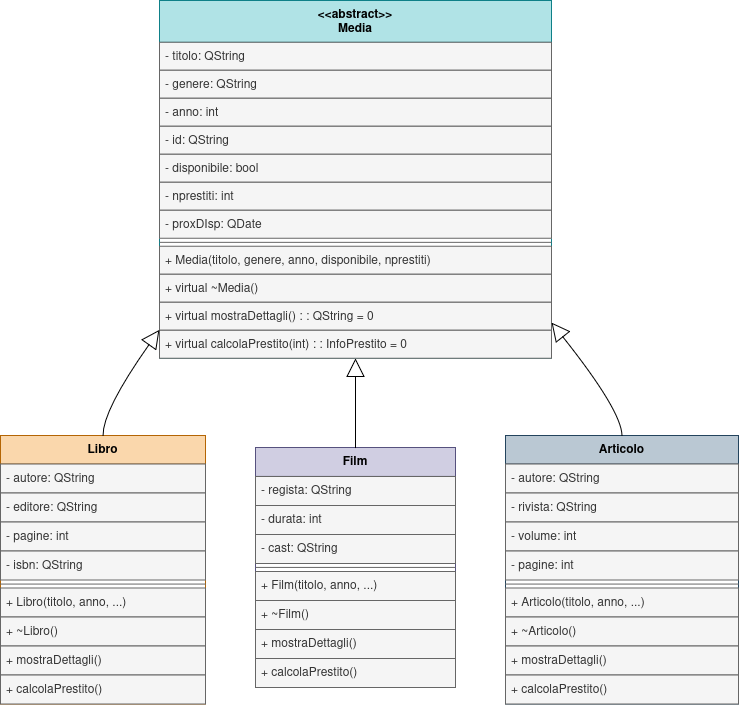
Earlier version of the draw.io export doc/uml/uml_library.png (susPope/LibraryPAO). Source tidied: cells renumbered, new cells last; positions are measured from the earlier drawing's top-left corner, leaving out a move shared by most shapes.
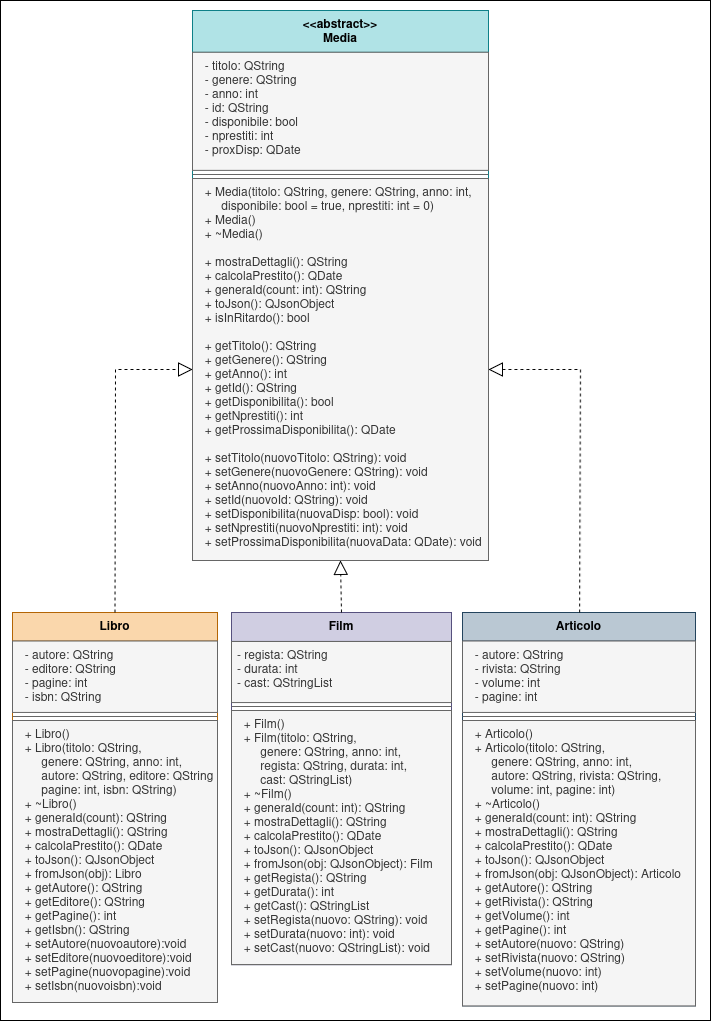
The same diagram one commit later.

The edit, as a diff of the source:
```diff
@@ -2,148 +2,73 @@
   <root>
     <mxCell id="0" />
     <mxCell id="1" parent="0" />
-    <mxCell id="2" value="&lt;&lt;abstract&gt;&gt;&#10;Media" style="swimlane;fontStyle=1;align=center;verticalAlign=top;horizontal=1;startSize=41.84615384615385;fillColor=#b0e3e6;strokeColor=#0e8088;" parent="1" vertex="1">
-      <mxGeometry x="159" width="392" height="357.8" as="geometry" />
-    </mxCell>
-    <mxCell id="3" value="- titolo: QString" style="text;strokeColor=#666666;fillColor=#f5f5f5;align=left;verticalAlign=top;spacingLeft=4;spacingRight=4;overflow=hidden;fontFamily=Helvetica;fontSize=12;fontColor=#333333;" parent="2" vertex="1">
-      <mxGeometry y="41.8" width="392" height="28" as="geometry" />
-    </mxCell>
-    <mxCell id="4" value="- genere: QString" style="text;align=left;verticalAlign=top;spacingLeft=4;spacingRight=4;overflow=hidden;fillColor=#f5f5f5;fontColor=#333333;strokeColor=#666666;" parent="2" vertex="1">
-      <mxGeometry y="69.8" width="392" height="28" as="geometry" />
-    </mxCell>
-    <mxCell id="5" value="- anno: int" style="text;strokeColor=#666666;fillColor=#f5f5f5;align=left;verticalAlign=top;spacingLeft=4;spacingRight=4;overflow=hidden;fontColor=#333333;" parent="2" vertex="1">
-      <mxGeometry y="97.8" width="392" height="28" as="geometry" />
-    </mxCell>
-    <mxCell id="6" value="- id: QString" style="text;align=left;verticalAlign=top;spacingLeft=4;spacingRight=4;overflow=hidden;fillColor=#f5f5f5;fontColor=#333333;strokeColor=#666666;" parent="2" vertex="1">
-      <mxGeometry y="125.8" width="392" height="28" as="geometry" />
-    </mxCell>
-    <mxCell id="7" value="- disponibile: bool" style="text;align=left;verticalAlign=top;spacingLeft=4;spacingRight=4;overflow=hidden;fillColor=#f5f5f5;fontColor=#333333;strokeColor=#666666;" parent="2" vertex="1">
-      <mxGeometry y="153.8" width="392" height="28" as="geometry" />
-    </mxCell>
-    <mxCell id="8" value="- nprestiti: int" style="text;strokeColor=#666666;fillColor=#f5f5f5;align=left;verticalAlign=top;spacingLeft=4;spacingRight=4;overflow=hidden;fontColor=#333333;" parent="2" vertex="1">
-      <mxGeometry y="181.8" width="392" height="28" as="geometry" />
-    </mxCell>
-    <mxCell id="9" value="- proxDIsp: QDate" style="text;align=left;verticalAlign=top;spacingLeft=4;spacingRight=4;overflow=hidden;fillColor=#f5f5f5;fontColor=#333333;strokeColor=#666666;" parent="2" vertex="1">
-      <mxGeometry y="209.8" width="392" height="28" as="geometry" />
-    </mxCell>
-    <mxCell id="10" style="line;strokeWidth=1;fillColor=#f5f5f5;align=left;verticalAlign=middle;spacingTop=-1;spacingLeft=3;spacingRight=3;labelPosition=right;strokeColor=#666666;fontColor=#333333;" parent="2" vertex="1">
-      <mxGeometry y="237.8" width="392" height="8" as="geometry" />
-    </mxCell>
-    <mxCell id="11" value="+ Media(titolo, genere, anno, disponibile, nprestiti)" style="text;strokeColor=#666666;fillColor=#f5f5f5;align=left;verticalAlign=top;spacingLeft=4;spacingRight=4;overflow=hidden;fontColor=#333333;" parent="2" vertex="1">
-      <mxGeometry y="245.8" width="392" height="28" as="geometry" />
-    </mxCell>
-    <mxCell id="12" value="+ virtual ~Media()" style="text;strokeColor=#666666;fillColor=#f5f5f5;align=left;verticalAlign=top;spacingLeft=4;spacingRight=4;overflow=hidden;fontColor=#333333;" parent="2" vertex="1">
-      <mxGeometry y="273.8" width="392" height="28" as="geometry" />
-    </mxCell>
-    <mxCell id="13" value="+ virtual mostraDettagli() : : QString = 0" style="text;strokeColor=#666666;fillColor=#f5f5f5;align=left;verticalAlign=top;spacingLeft=4;spacingRight=4;overflow=hidden;fontColor=#333333;" parent="2" vertex="1">
-      <mxGeometry y="301.8" width="392" height="28" as="geometry" />
-    </mxCell>
-    <mxCell id="14" value="+ virtual calcolaPrestito(int) : : InfoPrestito = 0" style="text;strokeColor=#666666;fillColor=#f5f5f5;align=left;verticalAlign=top;spacingLeft=4;spacingRight=4;overflow=hidden;fontColor=#333333;" parent="2" vertex="1">
-      <mxGeometry y="329.8" width="392" height="28" as="geometry" />
-    </mxCell>
+    <mxCell id="47" style="rounded=0;whiteSpace=wrap;html=1;" parent="1" vertex="1">
+      <mxGeometry x="15" y="-1347" width="710" height="1020" as="geometry" />
+    </mxCell>
     <mxCell id="15" value="Libro" style="swimlane;fontStyle=1;align=center;verticalAlign=top;horizontal=1;startSize=28.571428571428573;fillColor=#fad7ac;strokeColor=#b46504;" parent="1" vertex="1">
-      <mxGeometry y="435" width="205" height="268.6" as="geometry" />
+      <mxGeometry x="27" y="-735" width="205" height="390" as="geometry" />
     </mxCell>
-    <mxCell id="16" value="- autore: QString" style="text;strokeColor=#666666;fillColor=#f5f5f5;align=left;verticalAlign=top;spacingLeft=4;spacingRight=4;overflow=hidden;fontColor=#333333;" parent="15" vertex="1">
-      <mxGeometry y="28.6" width="205" height="29" as="geometry" />
+    <mxCell id="16" value="  - autore: QString  &#10;  - editore: QString &#10;  - pagine: int &#10;  - isbn: QString " style="text;strokeColor=#666666;fillColor=#f5f5f5;align=left;verticalAlign=top;spacingLeft=4;spacingRight=4;overflow=hidden;fontColor=#333333;" parent="15" vertex="1">
+      <mxGeometry y="28.6" width="205" height="71.4" as="geometry" />
     </mxCell>
-    <mxCell id="17" value="- editore: QString" style="text;strokeColor=#666666;fillColor=#f5f5f5;align=left;verticalAlign=top;spacingLeft=4;spacingRight=4;overflow=hidden;fontColor=#333333;" parent="15" vertex="1">
-      <mxGeometry y="57.6" width="205" height="29" as="geometry" />
-    </mxCell>
-    <mxCell id="18" value="- pagine: int" style="text;strokeColor=#666666;fillColor=#f5f5f5;align=left;verticalAlign=top;spacingLeft=4;spacingRight=4;overflow=hidden;fontColor=#333333;" parent="15" vertex="1">
-      <mxGeometry y="86.6" width="205" height="29" as="geometry" />
-    </mxCell>
-    <mxCell id="19" value="- isbn: QString" style="text;strokeColor=#666666;fillColor=#f5f5f5;align=left;verticalAlign=top;spacingLeft=4;spacingRight=4;overflow=hidden;fontColor=#333333;" parent="15" vertex="1">
-      <mxGeometry y="115.6" width="205" height="29" as="geometry" />
-    </mxCell>
     <mxCell id="20" style="line;strokeWidth=1;fillColor=#f5f5f5;align=left;verticalAlign=middle;spacingTop=-1;spacingLeft=3;spacingRight=3;labelPosition=right;strokeColor=#666666;fontColor=#333333;" parent="15" vertex="1">
-      <mxGeometry y="144.6" width="205" height="8" as="geometry" />
+      <mxGeometry y="100" width="205" height="8" as="geometry" />
     </mxCell>
-    <mxCell id="21" value="+ Libro(titolo, anno, ...)" style="text;strokeColor=#666666;fillColor=#f5f5f5;align=left;verticalAlign=top;spacingLeft=4;spacingRight=4;overflow=hidden;fontColor=#333333;" parent="15" vertex="1">
-      <mxGeometry y="152.6" width="205" height="29" as="geometry" />
+    <mxCell id="21" value="  + Libro()                   &#10;  + Libro(titolo: QString, &#10;       genere: QString, anno: int,&#10;       autore: QString, editore: QString &#10;       pagine: int, isbn: QString)  &#10;  + ~Libro()                    &#10;  + generaId(count): QString     &#10;  + mostraDettagli(): QString    &#10;  + calcolaPrestito(): QDate&#10;  + toJson(): QJsonObject      &#10;  + fromJson(obj): Libro       &#10;  + getAutore(): QString       &#10;  + getEditore(): QString      &#10;  + getPagine(): int           &#10;  + getIsbn(): QString         &#10;  + setAutore(nuovoautore):void&#10;  + setEditore(nuovoeditore):void&#10;  + setPagine(nuovopagine):void&#10;  + setIsbn(nuovoisbn):void " style="text;strokeColor=#666666;fillColor=#f5f5f5;align=left;verticalAlign=top;spacingLeft=4;spacingRight=4;overflow=hidden;fontColor=#333333;" parent="15" vertex="1">
+      <mxGeometry y="108" width="205" height="282" as="geometry" />
     </mxCell>
-    <mxCell id="22" value="+ ~Libro()" style="text;strokeColor=#666666;fillColor=#f5f5f5;align=left;verticalAlign=top;spacingLeft=4;spacingRight=4;overflow=hidden;fontColor=#333333;" parent="15" vertex="1">
-      <mxGeometry y="181.6" width="205" height="29" as="geometry" />
-    </mxCell>
-    <mxCell id="23" value="+ mostraDettagli()" style="text;strokeColor=#666666;fillColor=#f5f5f5;align=left;verticalAlign=top;spacingLeft=4;spacingRight=4;overflow=hidden;fontColor=#333333;" parent="15" vertex="1">
-      <mxGeometry y="210.6" width="205" height="29" as="geometry" />
-    </mxCell>
-    <mxCell id="24" value="+ calcolaPrestito()" style="text;strokeColor=#666666;fillColor=#f5f5f5;align=left;verticalAlign=top;spacingLeft=4;spacingRight=4;overflow=hidden;fontColor=#333333;" parent="15" vertex="1">
-      <mxGeometry y="239.6" width="205" height="29" as="geometry" />
-    </mxCell>
     <mxCell id="25" value="Film" style="swimlane;fontStyle=1;align=center;verticalAlign=top;horizontal=1;startSize=28.923076923076923;fillColor=#d0cee2;strokeColor=#56517e;" parent="1" vertex="1">
-      <mxGeometry x="255" y="447" width="200" height="239.9" as="geometry" />
+      <mxGeometry x="246" y="-735" width="220" height="352.1" as="geometry" />
     </mxCell>
-    <mxCell id="26" value="- regista: QString" style="text;strokeColor=#666666;fillColor=#f5f5f5;align=left;verticalAlign=top;spacingLeft=4;spacingRight=4;overflow=hidden;fontColor=#333333;" parent="25" vertex="1">
-      <mxGeometry y="28.9" width="200" height="29" as="geometry" />
+    <mxCell id="26" value="- regista: QString                 &#10;- durata: int                      &#10;- cast: QStringList  " style="text;strokeColor=#666666;fillColor=#f5f5f5;align=left;verticalAlign=top;spacingLeft=4;spacingRight=4;overflow=hidden;fontColor=#333333;" parent="25" vertex="1">
+      <mxGeometry y="28.9" width="220" height="61.1" as="geometry" />
     </mxCell>
-    <mxCell id="27" value="- durata: int" style="text;strokeColor=#666666;fillColor=#f5f5f5;align=left;verticalAlign=top;spacingLeft=4;spacingRight=4;overflow=hidden;fontColor=#333333;" parent="25" vertex="1">
-      <mxGeometry y="57.9" width="200" height="29" as="geometry" />
-    </mxCell>
-    <mxCell id="28" value="- cast: QString" style="text;strokeColor=#666666;fillColor=#f5f5f5;align=left;verticalAlign=top;spacingLeft=4;spacingRight=4;overflow=hidden;fontColor=#333333;" parent="25" vertex="1">
-      <mxGeometry y="86.9" width="200" height="29" as="geometry" />
-    </mxCell>
     <mxCell id="29" style="line;strokeWidth=1;fillColor=#f5f5f5;align=left;verticalAlign=middle;spacingTop=-1;spacingLeft=3;spacingRight=3;labelPosition=right;strokeColor=#666666;fontColor=#333333;" parent="25" vertex="1">
-      <mxGeometry y="115.9" width="200" height="8" as="geometry" />
+      <mxGeometry y="90" width="220" height="8" as="geometry" />
     </mxCell>
-    <mxCell id="30" value="+ Film(titolo, anno, ...)" style="text;strokeColor=#666666;fillColor=#f5f5f5;align=left;verticalAlign=top;spacingLeft=4;spacingRight=4;overflow=hidden;fontColor=#333333;" parent="25" vertex="1">
-      <mxGeometry y="123.9" width="200" height="29" as="geometry" />
+    <mxCell id="30" value="  + Film()                           &#10;  + Film(titolo: QString, &#10;       genere: QString, anno: int,                  &#10;       regista: QString,           durata: int,                &#10;       cast: QStringList)          &#10;  + ~Film()                          &#10;  + generaId(count: int): QString    &#10;  + mostraDettagli(): QString        &#10;  + calcolaPrestito(): QDate         &#10;  + toJson(): QJsonObject            &#10;  + fromJson(obj: QJsonObject): Film &#10;  + getRegista(): QString            &#10;  + getDurata(): int                 &#10;  + getCast(): QStringList           &#10;  + setRegista(nuovo: QString): void &#10;  + setDurata(nuovo: int): void      &#10;  + setCast(nuovo: QStringList): void" style="text;strokeColor=#666666;fillColor=#f5f5f5;align=left;verticalAlign=top;spacingLeft=4;spacingRight=4;overflow=hidden;fontColor=#333333;" parent="25" vertex="1">
+      <mxGeometry y="98" width="220" height="254.1" as="geometry" />
     </mxCell>
-    <mxCell id="31" value="+ ~Film()" style="text;strokeColor=#666666;fillColor=#f5f5f5;align=left;verticalAlign=top;spacingLeft=4;spacingRight=4;overflow=hidden;fontColor=#333333;" parent="25" vertex="1">
-      <mxGeometry y="152.9" width="200" height="29" as="geometry" />
-    </mxCell>
-    <mxCell id="32" value="+ mostraDettagli()" style="text;strokeColor=#666666;fillColor=#f5f5f5;align=left;verticalAlign=top;spacingLeft=4;spacingRight=4;overflow=hidden;fontColor=#333333;" parent="25" vertex="1">
-      <mxGeometry y="181.9" width="200" height="29" as="geometry" />
-    </mxCell>
-    <mxCell id="33" value="+ calcolaPrestito()" style="text;strokeColor=#666666;fillColor=#f5f5f5;align=left;verticalAlign=top;spacingLeft=4;spacingRight=4;overflow=hidden;fontColor=#333333;" parent="25" vertex="1">
-      <mxGeometry y="210.9" width="200" height="29" as="geometry" />
-    </mxCell>
     <mxCell id="34" value="Articolo" style="swimlane;fontStyle=1;align=center;verticalAlign=top;horizontal=1;startSize=28.571428571428573;fillColor=#bac8d3;strokeColor=#23445d;" parent="1" vertex="1">
-      <mxGeometry x="505" y="435" width="233" height="268.6" as="geometry" />
+      <mxGeometry x="477" y="-735" width="233" height="393.4" as="geometry" />
     </mxCell>
-    <mxCell id="35" value="- autore: QString" style="text;strokeColor=#666666;fillColor=#f5f5f5;align=left;verticalAlign=top;spacingLeft=4;spacingRight=4;overflow=hidden;fontColor=#333333;" parent="34" vertex="1">
-      <mxGeometry y="28.6" width="233" height="29" as="geometry" />
+    <mxCell id="35" value="  - autore: QString           &#10;  - rivista: QString          &#10;  - volume: int               &#10;  - pagine: int  " style="text;strokeColor=#666666;fillColor=#f5f5f5;align=left;verticalAlign=top;spacingLeft=4;spacingRight=4;overflow=hidden;fontColor=#333333;" parent="34" vertex="1">
+      <mxGeometry y="28.6" width="233" height="71.4" as="geometry" />
     </mxCell>
-    <mxCell id="36" value="- rivista: QString" style="text;strokeColor=#666666;fillColor=#f5f5f5;align=left;verticalAlign=top;spacingLeft=4;spacingRight=4;overflow=hidden;fontColor=#333333;" parent="34" vertex="1">
-      <mxGeometry y="57.6" width="233" height="29" as="geometry" />
-    </mxCell>
-    <mxCell id="37" value="- volume: int" style="text;strokeColor=#666666;fillColor=#f5f5f5;align=left;verticalAlign=top;spacingLeft=4;spacingRight=4;overflow=hidden;fontColor=#333333;" parent="34" vertex="1">
-      <mxGeometry y="86.6" width="233" height="29" as="geometry" />
-    </mxCell>
-    <mxCell id="38" value="- pagine: int" style="text;strokeColor=#666666;fillColor=#f5f5f5;align=left;verticalAlign=top;spacingLeft=4;spacingRight=4;overflow=hidden;fontColor=#333333;" parent="34" vertex="1">
-      <mxGeometry y="115.6" width="233" height="29" as="geometry" />
-    </mxCell>
     <mxCell id="39" style="line;strokeWidth=1;fillColor=#f5f5f5;align=left;verticalAlign=middle;spacingTop=-1;spacingLeft=3;spacingRight=3;labelPosition=right;strokeColor=#666666;fontColor=#333333;" parent="34" vertex="1">
-      <mxGeometry y="144.6" width="233" height="8" as="geometry" />
+      <mxGeometry y="100" width="233" height="8" as="geometry" />
     </mxCell>
-    <mxCell id="40" value="+ Articolo(titolo, anno, ...)" style="text;strokeColor=#666666;fillColor=#f5f5f5;align=left;verticalAlign=top;spacingLeft=4;spacingRight=4;overflow=hidden;fontColor=#333333;" parent="34" vertex="1">
-      <mxGeometry y="152.6" width="233" height="29" as="geometry" />
+    <mxCell id="40" value="  + Articolo()                &#10;  + Articolo(titolo: QString, &#10;       genere: QString,          anno: int,                &#10;       autore: QString,          rivista: QString,         &#10;       volume: int,              pagine: int)                &#10;  + ~Articolo()               &#10;  + generaId(count: int): QString                  &#10;  + mostraDettagli(): QString&#10;  + calcolaPrestito(): QDate &#10;  + toJson(): QJsonObject     &#10;  + fromJson(obj: QJsonObject): Articolo &#10;  + getAutore(): QString      &#10;  + getRivista(): QString     &#10;  + getVolume(): int          &#10;  + getPagine(): int          &#10;  + setAutore(nuovo: QString) &#10;  + setRivista(nuovo: QString)&#10;  + setVolume(nuovo: int)     &#10;  + setPagine(nuovo: int) " style="text;strokeColor=#666666;fillColor=#f5f5f5;align=left;verticalAlign=top;spacingLeft=4;spacingRight=4;overflow=hidden;fontColor=#333333;" parent="34" vertex="1">
+      <mxGeometry y="108" width="233" height="285.4" as="geometry" />
     </mxCell>
-    <mxCell id="41" value="+ ~Articolo()" style="text;strokeColor=#666666;fillColor=#f5f5f5;align=left;verticalAlign=top;spacingLeft=4;spacingRight=4;overflow=hidden;fontColor=#333333;" parent="34" vertex="1">
-      <mxGeometry y="181.6" width="233" height="29" as="geometry" />
-    </mxCell>
-    <mxCell id="42" value="+ mostraDettagli()" style="text;strokeColor=#666666;fillColor=#f5f5f5;align=left;verticalAlign=top;spacingLeft=4;spacingRight=4;overflow=hidden;fontColor=#333333;" parent="34" vertex="1">
-      <mxGeometry y="210.6" width="233" height="29" as="geometry" />
-    </mxCell>
-    <mxCell id="43" value="+ calcolaPrestito()" style="text;strokeColor=#666666;fillColor=#f5f5f5;align=left;verticalAlign=top;spacingLeft=4;spacingRight=4;overflow=hidden;fontColor=#333333;" parent="34" vertex="1">
-      <mxGeometry y="239.6" width="233" height="29" as="geometry" />
-    </mxCell>
-    <mxCell id="44" style="curved=1;startArrow=block;startSize=16;startFill=0;endArrow=none;exitX=0;exitY=0.92;entryX=0.5;entryY=0;" parent="1" edge="1" source="2" target="15">
-      <mxGeometry relative="1" as="geometry">
-        <Array as="points">
-          <mxPoint x="102" y="410" />
-        </Array>
-      </mxGeometry>
-    </mxCell>
-    <mxCell id="45" style="curved=1;startArrow=block;startSize=16;startFill=0;endArrow=none;exitX=0.5;exitY=1;entryX=0.5;entryY=0;" parent="1" edge="1" source="2" target="25">
-      <mxGeometry relative="1" as="geometry" />
-    </mxCell>
-    <mxCell id="46" style="curved=1;startArrow=block;startSize=16;startFill=0;endArrow=none;exitX=1;exitY=0.9;entryX=0.5;entryY=0;" parent="1" edge="1" source="2" target="34">
-      <mxGeometry relative="1" as="geometry">
-        <Array as="points">
-          <mxPoint x="621" y="410" />
-        </Array>
-      </mxGeometry>
-    </mxCell>
+    <mxCell id="2" value="&lt;&lt;abstract&gt;&gt;&#10;Media" style="swimlane;fontStyle=1;align=center;verticalAlign=top;horizontal=1;startSize=41.84615384615385;fillColor=#b0e3e6;strokeColor=#0e8088;" parent="1" vertex="1">
+      <mxGeometry x="207" y="-1337" width="296" height="550" as="geometry" />
+    </mxCell>
+    <mxCell id="48" value="  - titolo: QString&#10;  - genere: QString&#10;  - anno: int&#10;  - id: QString&#10;  - disponibile: bool&#10;  - nprestiti: int&#10;  - proxDisp: QDate" style="text;strokeColor=#666666;fillColor=#f5f5f5;align=left;verticalAlign=top;spacingLeft=4;spacingRight=4;overflow=hidden;fontFamily=Helvetica;fontSize=12;fontColor=#333333;" parent="2" vertex="1">
+      <mxGeometry y="41.8" width="296" height="118.2" as="geometry" />
+    </mxCell>
+    <mxCell id="49" style="line;strokeWidth=1;fillColor=#f5f5f5;align=left;verticalAlign=middle;spacingTop=-1;spacingLeft=3;spacingRight=3;labelPosition=right;strokeColor=#666666;fontColor=#333333;" parent="2" vertex="1">
+      <mxGeometry y="160" width="296" height="8" as="geometry" />
+    </mxCell>
+    <mxCell id="50" value="  + Media(titolo: QString, genere: QString, anno: int, &#10;       disponibile: bool = true, nprestiti: int = 0)  &#10;  + Media()  &#10;  + ~Media()&#10;&#10;  + mostraDettagli(): QString&#10;  + calcolaPrestito(): QDate&#10;  + generaId(count: int): QString&#10;  + toJson(): QJsonObject&#10;  + isInRitardo(): bool&#10;&#10;  + getTitolo(): QString&#10;  + getGenere(): QString&#10;  + getAnno(): int&#10;  + getId(): QString&#10;  + getDisponibilita(): bool&#10;  + getNprestiti(): int&#10;  + getProssimaDisponibilita(): QDate&#10;&#10;  + setTitolo(nuovoTitolo: QString): void&#10;  + setGenere(nuovoGenere: QString): void&#10;  + setAnno(nuovoAnno: int): void&#10;  + setId(nuovoId: QString): void&#10;  + setDisponibilita(nuovaDisp: bool): void&#10;  + setNprestiti(nuovoNprestiti: int): void&#10;  + setProssimaDisponibilita(nuovaData: QDate): void" style="text;strokeColor=#666666;fillColor=#f5f5f5;align=left;verticalAlign=top;spacingLeft=4;spacingRight=4;overflow=hidden;points=[[0,0.5],[1,0.5]];portConstraint=eastwest;fontColor=#333333;" parent="2" vertex="1">
+      <mxGeometry y="168" width="296" height="382" as="geometry" />
+    </mxCell>
+    <mxCell id="51" style="endArrow=block;endSize=12;dashed=1;html=1;rounded=0;exitX=0.5;exitY=0;exitDx=0;exitDy=0;entryX=0;entryY=0.5;entryDx=0;entryDy=0;endFill=0;" parent="1" edge="1" source="15" target="50">
+      <mxGeometry relative="1" as="geometry">
+        <Array as="points">
+          <mxPoint x="130" y="-978" />
+        </Array>
+      </mxGeometry>
+    </mxCell>
+    <mxCell id="52" style="endArrow=block;endSize=12;dashed=1;html=1;rounded=0;entryX=1;entryY=0.5;entryDx=0;entryDy=0;endFill=0;" parent="1" edge="1" source="34" target="50">
+      <mxGeometry relative="1" as="geometry">
+        <Array as="points">
+          <mxPoint x="595" y="-978" />
+        </Array>
+      </mxGeometry>
+    </mxCell>
+    <mxCell id="53" style="endArrow=block;endSize=12;dashed=1;html=1;rounded=0;exitX=0.5;exitY=0;exitDx=0;exitDy=0;entryX=0.5;entryY=1;entryDx=0;entryDy=0;endFill=0;" parent="1" edge="1" source="25" target="2">
+      <mxGeometry relative="1" as="geometry" />
+    </mxCell>
   </root>
 </mxGraphModel>
```
